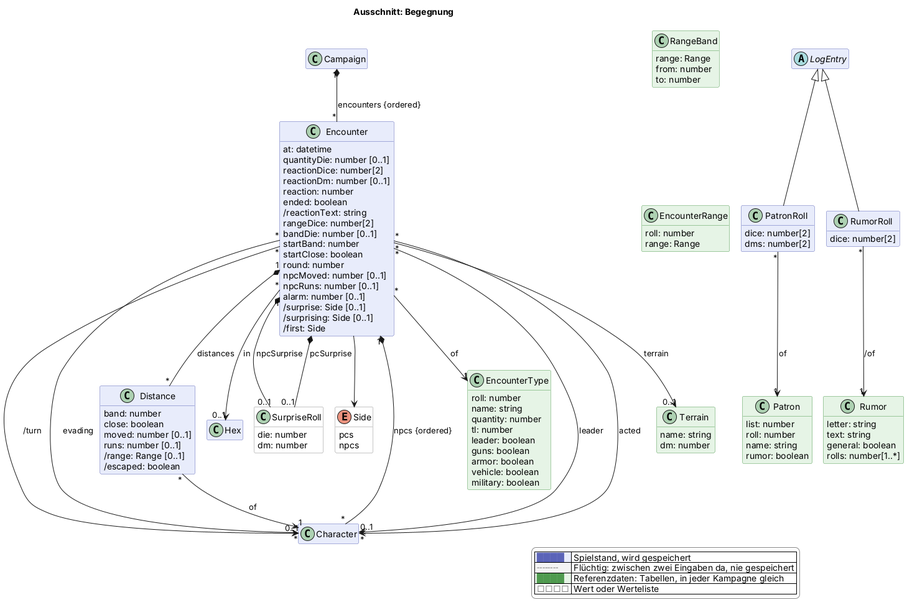
Above: docs/views/begegnung.png in scuzzar/SRE (PlantUML), before the change.
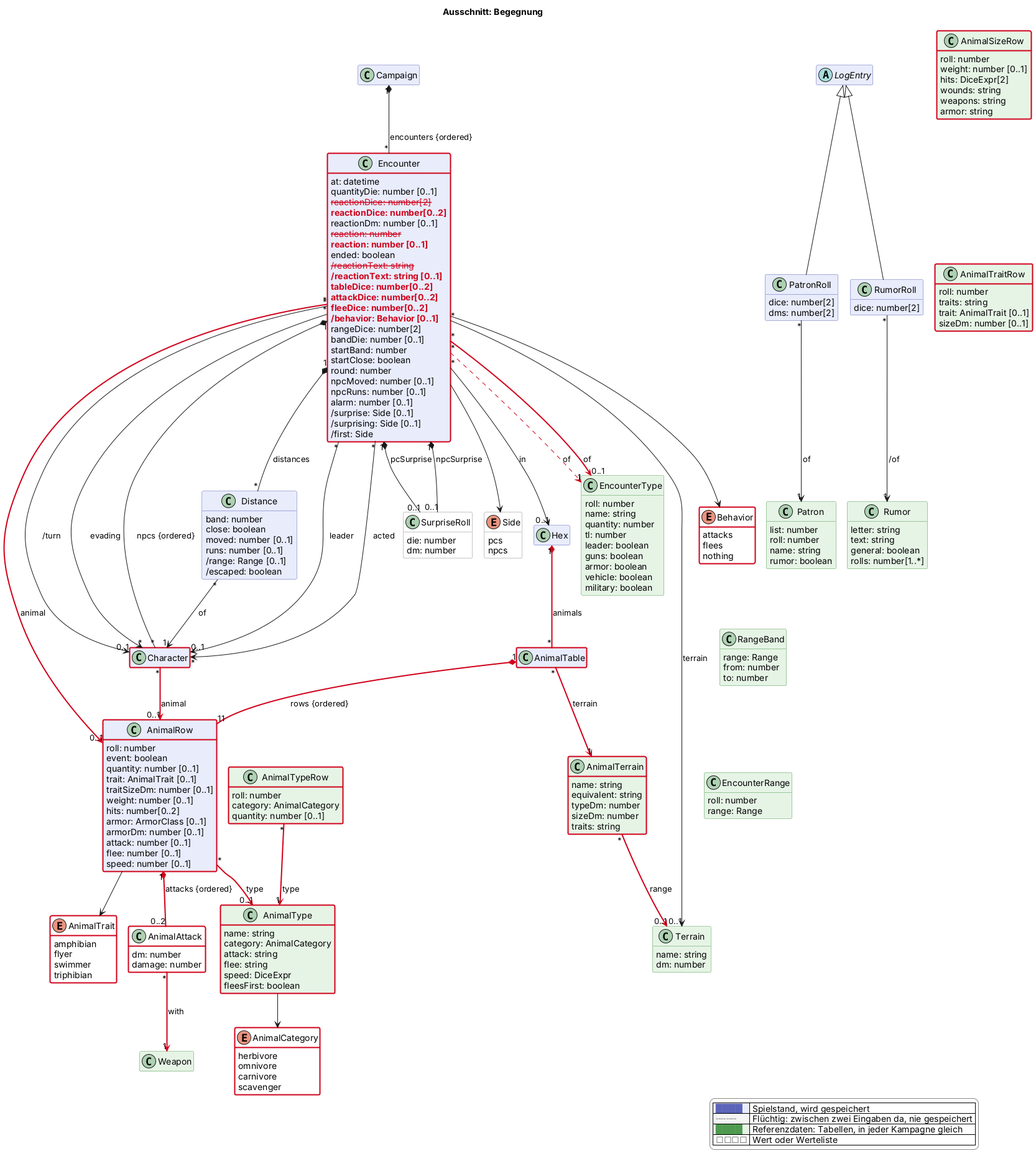
Later version of the same file.

Diff of the diagram source:
```diff
@@ -84,11 +84,18 @@
   class Encounter $begegnung {
     at: datetime
     quantityDie: number [0..1]
-    reactionDice: number[2]
+    $gone("2026-11-12c", "reactionDice: number[2]")
+    $new("2026-11-12c", "reactionDice: number[0..2]")
     reactionDm: number [0..1]
-    reaction: number
+    $gone("2026-11-12c", "reaction: number")
+    $new("2026-11-12c", "reaction: number [0..1]")
     ended: boolean
-    /reactionText: string
+    $gone("2026-11-12c", "/reactionText: string")
+    $new("2026-11-12c", "/reactionText: string [0..1]")
+    $new("2026-11-12c", "tableDice: number[0..2]")
+    $new("2026-11-12c", "attackDice: number[0..2]")
+    $new("2026-11-12c", "fleeDice: number[0..2]")
+    $new("2026-11-12c", "/behavior: Behavior [0..1]")
     rangeDice: number[2]
     bandDie: number [0..1]
     startBand: number
@@ -147,6 +154,77 @@
     name: string
     rumor: boolean
   }
+  class AnimalTable $begegnung $newClass("2026-11-12c") {
+  }
+  class AnimalRow $begegnung $newClass("2026-11-12c") {
+    roll: number
+    event: boolean
+    quantity: number [0..1]
+    trait: AnimalTrait [0..1]
+    traitSizeDm: number [0..1]
+    weight: number [0..1]
+    hits: number[0..2]
+    armor: ArmorClass [0..1]
+    armorDm: number [0..1]
+    attack: number [0..1]
+    flee: number [0..1]
+    speed: number [0..1]
+  }
+  class AnimalAttack <<value>> $begegnung $newClass("2026-11-12c") {
+    dm: number
+    damage: number
+  }
+  enum AnimalTrait <<value>> $begegnung $newClass("2026-11-12c") {
+    amphibian
+    flyer
+    swimmer
+    triphibian
+  }
+  enum Behavior <<value>> $begegnung $newClass("2026-11-12c") {
+    attacks
+    flees
+    nothing
+  }
+  enum AnimalCategory <<value>> $begegnung $newClass("2026-11-12c") {
+    herbivore
+    omnivore
+    carnivore
+    scavenger
+  }
+  class AnimalTerrain <<reference>> $begegnung $newClass("2026-11-12c") {
+    name: string
+    equivalent: string
+    typeDm: number
+    sizeDm: number
+    traits: string
+  }
+  class AnimalType <<reference>> $begegnung $newClass("2026-11-12c") {
+    name: string
+    category: AnimalCategory
+    attack: string
+    flee: string
+    speed: DiceExpr
+    fleesFirst: boolean
+  }
+  class AnimalTypeRow <<reference>> $begegnung $newClass("2026-11-12c") {
+    roll: number
+    category: AnimalCategory
+    quantity: number [0..1]
+  }
+  class AnimalTraitRow <<reference>> $begegnung $newClass("2026-11-12c") {
+    roll: number
+    traits: string
+    trait: AnimalTrait [0..1]
+    sizeDm: number [0..1]
+  }
+  class AnimalSizeRow <<reference>> $begegnung $newClass("2026-11-12c") {
+    roll: number
+    weight: number [0..1]
+    hits: DiceExpr[2]
+    wounds: string
+    weapons: string
+    armor: string
+  }
   class Rumor <<reference>> $begegnung {
     letter: string
     text: string
@@ -154,6 +232,7 @@
     rolls: number[1..*]
   }
 
+  class Weapon <<reference>> $kampf
 
 
 
@@ -169,7 +248,22 @@
 
 
 Campaign "1" *-- "*" Encounter : encounters {ordered}
-Encounter "*" --> "1" EncounterType : of
+Encounter "*" -$goneArrow("2026-11-12c")-> "1" EncounterType : of
+Encounter "*" -$newArrow("2026-11-12c")-> "0..1" EncounterType : of
+Encounter "*" -$newArrow("2026-11-12c")-> "0..1" AnimalRow : animal
+Hex "1" *-$newArrow("2026-11-12c")- "*" AnimalTable : animals
+AnimalTable "*" -$newArrow("2026-11-12c")-> "1" AnimalTerrain : terrain
+AnimalTable "1" *-$newArrow("2026-11-12c")- "11" AnimalRow : rows {ordered}
+AnimalRow "*" -$newArrow("2026-11-12c")-> "0..1" AnimalType : type
+AnimalRow "1" *-$newArrow("2026-11-12c")- "0..2" AnimalAttack : attacks {ordered}
+AnimalAttack "*" -$newArrow("2026-11-12c")-> "1" Weapon : with
+AnimalRow --> AnimalTrait
+Encounter --> Behavior
+AnimalType --> AnimalCategory
+AnimalTerrain "*" -$newArrow("2026-11-12c")-> "0..1" Terrain : range
+AnimalTypeRow "*" -$newArrow("2026-11-12c")-> "1" AnimalType : type
+Character "*" -$newArrow("2026-11-12c")-> "0..1" AnimalRow : animal
+AnimalSizeRow -[hidden]- AnimalTraitRow
 Encounter "*" --> "0..1" Terrain : terrain
 Encounter "1" *-- "0..1" SurpriseRoll : pcSurprise
 Encounter "1" *-- "0..1" SurpriseRoll : npcSurprise
@@ -193,4 +287,6 @@
   |<#e6f4e6> <color:#4f9a4f>████</color> | Referenzdaten: Tabellen, in jeder Kampagne gleich |
   |<#ffffff> <color:#8a8a8a>□□□□</color> | Wert oder Werteliste |
 endlegend
+class Character #line:d0021b;line.bold
+class Encounter #line:d0021b;line.bold
 @enduml
```
